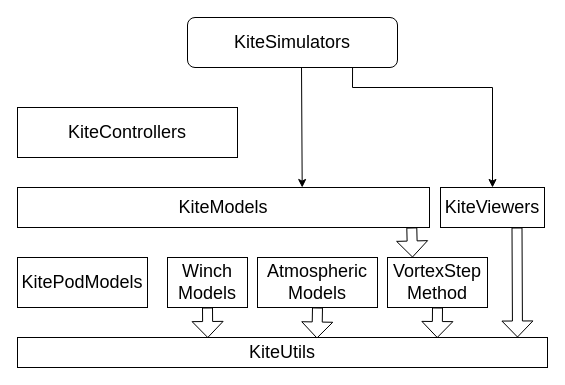
The draw.io diagram docs/src/kite_power_tools.drawio in ufechner7/KiteModels.jl, before the edit. Source tidied: cells renumbered, new cells numbered last; positions are measured from the earlier drawing's top-left corner, leaving out a move shared by most shapes. Both pictures are drawn from the tidied source at 100%, with x=0, y=0 at pixel (17, 17).
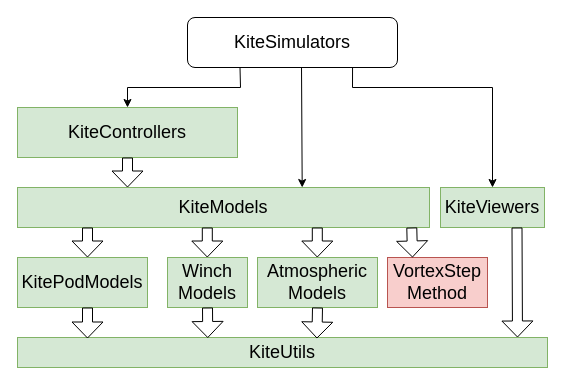
After the change.

Commit message (it also covers changes not shown here):
Update package diagram

Unchanged cells that the change refers to:
```xml
<mxCell id="2" value="KiteSimulators" style="rounded=1;whiteSpace=wrap;html=1;fontSize=18;" parent="1" vertex="1">
  <mxGeometry x="170" width="210" height="50" as="geometry" />
</mxCell>
```

Change to the diagram source:
```diff
@@
-    <mxCell id="3" value="KiteControllers" style="rounded=0;whiteSpace=wrap;html=1;fontSize=18;" parent="1" vertex="1">
+    <mxCell id="3" value="KiteControllers" style="rounded=0;whiteSpace=wrap;html=1;fontSize=18;fillColor=#d5e8d4;strokeColor=#82b366;" parent="1" vertex="1">
       <mxGeometry y="90" width="220" height="50" as="geometry" />
     </mxCell>
-    <mxCell id="4" value="KiteModels" style="rounded=0;whiteSpace=wrap;html=1;fontSize=18;" parent="1" vertex="1">
+    <mxCell id="4" value="KiteModels" style="rounded=0;whiteSpace=wrap;html=1;fontSize=18;fillColor=#d5e8d4;strokeColor=#82b366;" parent="1" vertex="1">
       <mxGeometry y="170" width="412" height="40" as="geometry" />
     </mxCell>
-    <mxCell id="5" value="&lt;font style=&quot;font-size: 18px;&quot;&gt;KiteViewers&lt;/font&gt;" style="rounded=0;whiteSpace=wrap;html=1;" parent="1" vertex="1">
+    <mxCell id="5" value="&lt;font style=&quot;font-size: 18px;&quot;&gt;KiteViewers&lt;/font&gt;" style="rounded=0;whiteSpace=wrap;html=1;fillColor=#d5e8d4;strokeColor=#82b366;" parent="1" vertex="1">
       <mxGeometry x="423" y="170" width="104" height="40" as="geometry" />
     </mxCell>
-    <mxCell id="6" value="KitePodModels" style="rounded=0;whiteSpace=wrap;html=1;fontSize=18;" parent="1" vertex="1">
+    <mxCell id="6" value="KitePodModels" style="rounded=0;whiteSpace=wrap;html=1;fontSize=18;fillColor=#d5e8d4;strokeColor=#82b366;" parent="1" vertex="1">
       <mxGeometry y="240" width="130" height="50" as="geometry" />
     </mxCell>
-    <mxCell id="7" value="Winch&lt;br&gt;Models" style="rounded=0;whiteSpace=wrap;html=1;fontSize=18;" parent="1" vertex="1">
+    <mxCell id="7" value="Winch&lt;br&gt;Models" style="rounded=0;whiteSpace=wrap;html=1;fontSize=18;fillColor=#d5e8d4;strokeColor=#82b366;" parent="1" vertex="1">
       <mxGeometry x="150" y="240" width="80" height="50" as="geometry" />
     </mxCell>
-    <mxCell id="8" value="Atmospheric&lt;br style=&quot;font-size: 18px;&quot;&gt;Models" style="rounded=0;whiteSpace=wrap;html=1;fontSize=18;" parent="1" vertex="1">
+    <mxCell id="8" value="Atmospheric&lt;br style=&quot;font-size: 18px;&quot;&gt;Models" style="rounded=0;whiteSpace=wrap;html=1;fontSize=18;fillColor=#d5e8d4;strokeColor=#82b366;" parent="1" vertex="1">
       <mxGeometry x="240" y="240" width="120" height="50" as="geometry" />
     </mxCell>
-    <mxCell id="9" value="KiteUtils" style="rounded=0;whiteSpace=wrap;html=1;fontSize=18;" parent="1" vertex="1">
+    <mxCell id="9" value="KiteUtils" style="rounded=0;whiteSpace=wrap;html=1;fontSize=18;fillColor=#d5e8d4;strokeColor=#82b366;" parent="1" vertex="1">
       <mxGeometry y="320" width="530" height="30" as="geometry" />
     </mxCell>
-    <mxCell id="10" value="VortexStep&lt;br&gt;Method" style="rounded=0;whiteSpace=wrap;html=1;fontSize=18;" parent="1" vertex="1">
+    <mxCell id="10" value="VortexStep&lt;br&gt;Method" style="rounded=0;whiteSpace=wrap;html=1;fontSize=18;fillColor=#f8cecc;strokeColor=#b85450;" parent="1" vertex="1">
       <mxGeometry x="370" y="240" width="100" height="50" as="geometry" />
     </mxCell>
@@
-    <mxCell id="12" style="shape=flexArrow;endArrow=classic;html=1;rounded=0;entryX=0.792;entryY=0.017;entryDx=0;entryDy=0;entryPerimeter=0;endSize=5;startSize=6;" parent="1" edge="1" target="9">
-      <mxGeometry relative="1" as="geometry">
-        <mxPoint x="420" y="290" as="sourcePoint" />
-      </mxGeometry>
-    </mxCell>
@@
+    <mxCell id="18" style="endArrow=classic;html=1;rounded=0;entryX=0.5;entryY=0;entryDx=0;entryDy=0;exitX=0.25;exitY=1;exitDx=0;exitDy=0;" parent="1" edge="1" source="2" target="3">
+      <mxGeometry relative="1" as="geometry">
+        <Array as="points">
+          <mxPoint x="223" y="70" />
+          <mxPoint x="110" y="70" />
+        </Array>
+      </mxGeometry>
+    </mxCell>
+    <mxCell id="19" style="shape=flexArrow;endArrow=classic;html=1;rounded=0;exitX=0.5;exitY=1;exitDx=0;exitDy=0;endSize=5;" parent="1" edge="1" source="3">
+      <mxGeometry relative="1" as="geometry">
+        <mxPoint x="110" y="170" as="targetPoint" />
+      </mxGeometry>
+    </mxCell>
+    <mxCell id="20" style="shape=flexArrow;endArrow=classic;html=1;rounded=0;exitX=0.5;exitY=1;exitDx=0;exitDy=0;endSize=5;" parent="1" edge="1">
+      <mxGeometry relative="1" as="geometry">
+        <mxPoint x="70" y="210" as="sourcePoint" />
+        <mxPoint x="70" y="240" as="targetPoint" />
+      </mxGeometry>
+    </mxCell>
+    <mxCell id="21" style="shape=flexArrow;endArrow=classic;html=1;rounded=0;exitX=0.5;exitY=1;exitDx=0;exitDy=0;endSize=5;" parent="1" edge="1">
+      <mxGeometry relative="1" as="geometry">
+        <mxPoint x="189.8" y="210" as="sourcePoint" />
+        <mxPoint x="189.8" y="240" as="targetPoint" />
+      </mxGeometry>
+    </mxCell>
+    <mxCell id="22" style="shape=flexArrow;endArrow=classic;html=1;rounded=0;exitX=0.5;exitY=1;exitDx=0;exitDy=0;endSize=5;" parent="1" edge="1">
+      <mxGeometry relative="1" as="geometry">
+        <mxPoint x="299.8" y="210" as="sourcePoint" />
+        <mxPoint x="299.8" y="240" as="targetPoint" />
+      </mxGeometry>
+    </mxCell>
+    <mxCell id="23" style="shape=flexArrow;endArrow=classic;html=1;rounded=0;exitX=0.5;exitY=1;exitDx=0;exitDy=0;entryX=0.359;entryY=0.017;entryDx=0;entryDy=0;entryPerimeter=0;endSize=5;" parent="1" edge="1">
+      <mxGeometry relative="1" as="geometry">
+        <mxPoint x="70" y="290" as="sourcePoint" />
+        <mxPoint x="70" y="321" as="targetPoint" />
+      </mxGeometry>
+    </mxCell>
```
